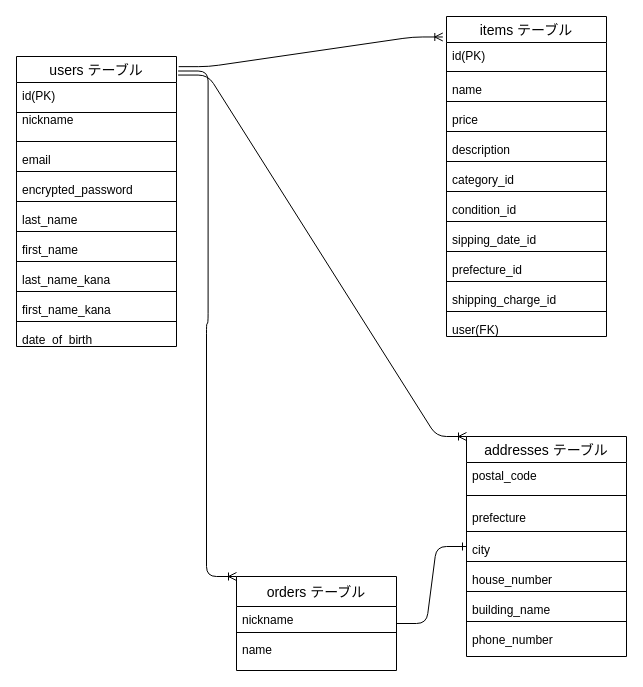
The draw.io diagram .dio in gisu113/furima-39551, before the edit. Source tidied: cells renumbered, new cells numbered last; positions are measured from the earlier drawing's top-left corner, leaving out a move shared by most shapes. Both pictures are drawn from the tidied source at 100%, with x=0, y=0 at pixel (16, 16).
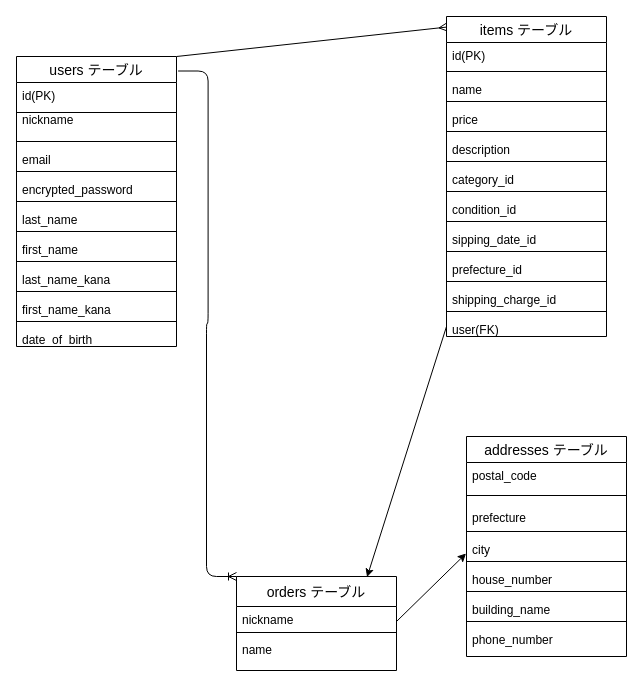
Above is the later version.

The change refers to these unchanged cells:
```xml
<mxCell id="2" value="users テーブル" style="swimlane;fontStyle=0;horizontal=1;startSize=26;align=center;fontSize=14;" parent="1" vertex="1">
  <mxGeometry y="40" width="160" height="290" as="geometry" />
</mxCell>
<mxCell id="20" value="items テーブル" style="swimlane;fontStyle=0;horizontal=1;startSize=26;align=center;fontSize=14;" parent="1" vertex="1">
  <mxGeometry x="430" width="160" height="320" as="geometry" />
</mxCell>
<mxCell id="39" value="user(FK)" style="text;strokeColor=none;fillColor=none;spacingLeft=4;spacingRight=4;overflow=hidden;points=[[0,0.5],[1,0.5]];portConstraint=eastwest;fontSize=12;" parent="20" vertex="1">
  <mxGeometry y="300" width="160" height="20" as="geometry" />
</mxCell>
<mxCell id="40" value="orders テーブル" style="swimlane;fontStyle=0;horizontal=1;startSize=30;align=center;fontSize=14;" parent="1" vertex="1">
  <mxGeometry x="220" y="560" width="160" height="94" as="geometry" />
</mxCell>
<mxCell id="41" value="nickname" style="text;strokeColor=none;fillColor=none;spacingLeft=4;spacingRight=4;overflow=hidden;points=[[0,0.5],[1,0.5]];portConstraint=eastwest;fontSize=12;" parent="40" vertex="1">
  <mxGeometry y="30" width="160" height="30" as="geometry" />
</mxCell>
<mxCell id="44" value="addresses テーブル" style="swimlane;fontStyle=0;horizontal=1;startSize=26;align=center;fontSize=14;" parent="1" vertex="1">
  <mxGeometry x="450" y="420" width="160" height="220" as="geometry" />
</mxCell>
<mxCell id="49" value="city" style="text;strokeColor=none;fillColor=none;spacingLeft=4;spacingRight=4;overflow=hidden;points=[[0,0.5],[1,0.5]];portConstraint=eastwest;fontSize=12;" parent="44" vertex="1">
  <mxGeometry y="100" width="160" height="20" as="geometry" />
</mxCell>
```

Change to the diagram source:
```diff
@@
+    <mxCell id="56" style="edgeStyle=none;html=1;exitX=1;exitY=0;exitDx=0;exitDy=0;entryX=0.003;entryY=0.033;entryDx=0;entryDy=0;entryPerimeter=0;endArrow=ERmany;endFill=0;" parent="1" edge="1" source="2" target="20">
+      <mxGeometry relative="1" as="geometry" />
+    </mxCell>
@@
-    <mxCell id="56" style="edgeStyle=entityRelationEdgeStyle;fontSize=12;html=1;endArrow=ERoneToMany;exitX=1.014;exitY=0.035;exitDx=0;exitDy=0;exitPerimeter=0;entryX=-0.023;entryY=0.064;entryDx=0;entryDy=0;entryPerimeter=0;" parent="1" edge="1" source="2" target="20">
-      <mxGeometry relative="1" as="geometry" />
-    </mxCell>
@@
-    <mxCell id="58" style="edgeStyle=entityRelationEdgeStyle;fontSize=12;html=1;endArrow=ERone;endFill=1;" parent="1" edge="1" source="40" target="44">
-      <mxGeometry relative="1" as="geometry" />
-    </mxCell>
-    <mxCell id="59" style="edgeStyle=entityRelationEdgeStyle;fontSize=12;html=1;endArrow=ERoneToMany;exitX=1.01;exitY=0.064;exitDx=0;exitDy=0;exitPerimeter=0;entryX=0;entryY=0;entryDx=0;entryDy=0;" parent="1" edge="1" source="2" target="44">
-      <mxGeometry relative="1" as="geometry" />
-    </mxCell>
+    <mxCell id="60" style="edgeStyle=none;html=1;exitX=1;exitY=0.5;exitDx=0;exitDy=0;entryX=-0.003;entryY=0.85;entryDx=0;entryDy=0;entryPerimeter=0;" parent="1" edge="1" source="41" target="49">
+      <mxGeometry relative="1" as="geometry" />
+    </mxCell>
+    <mxCell id="61" style="edgeStyle=none;html=1;exitX=0;exitY=0.5;exitDx=0;exitDy=0;endArrow=classic;endFill=1;entryX=0.816;entryY=0.006;entryDx=0;entryDy=0;entryPerimeter=0;" parent="1" edge="1" source="39" target="40">
+      <mxGeometry relative="1" as="geometry" />
+    </mxCell>
```
